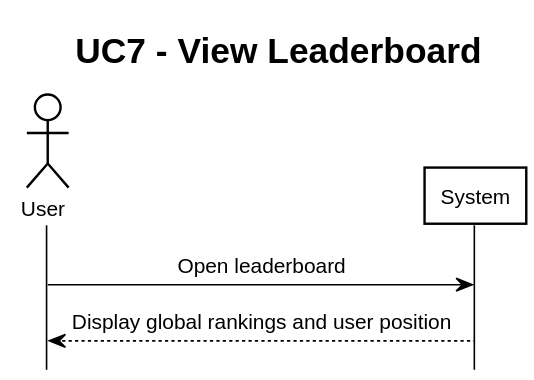
Above: out/Analysis/SSDs/UC7_ViewLeaderboard/UC7_ViewLeaderboard.svg in SEPCheesecakeFactory/SEP3 (PlantUML), before the change. Source of this version:
```plantuml
@startuml
title UC7 - View Leaderboard
!include https://raw.githubusercontent.com/fredoslav2004/MinimalThemePUML/refs/heads/main/minimal-theme.puml

actor User
participant System

User -> System: Open leaderboard
System --> User: Display global rankings and user position
@enduml
```
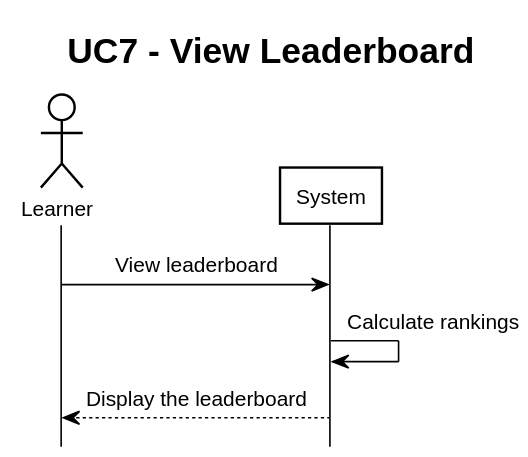
Later version of the same file.

Change to the diagram source:
```diff
@@ -2,9 +2,10 @@
 title UC7 - View Leaderboard
 !include https://raw.githubusercontent.com/fredoslav2004/MinimalThemePUML/refs/heads/main/minimal-theme.puml
 
-actor User
+actor Learner
 participant System
 
-User -> System: Open leaderboard
-System --> User: Display global rankings and user position
+Learner -> System: View leaderboard
+System -> System: Calculate rankings
+System --> Learner: Display the leaderboard
 @enduml
```
